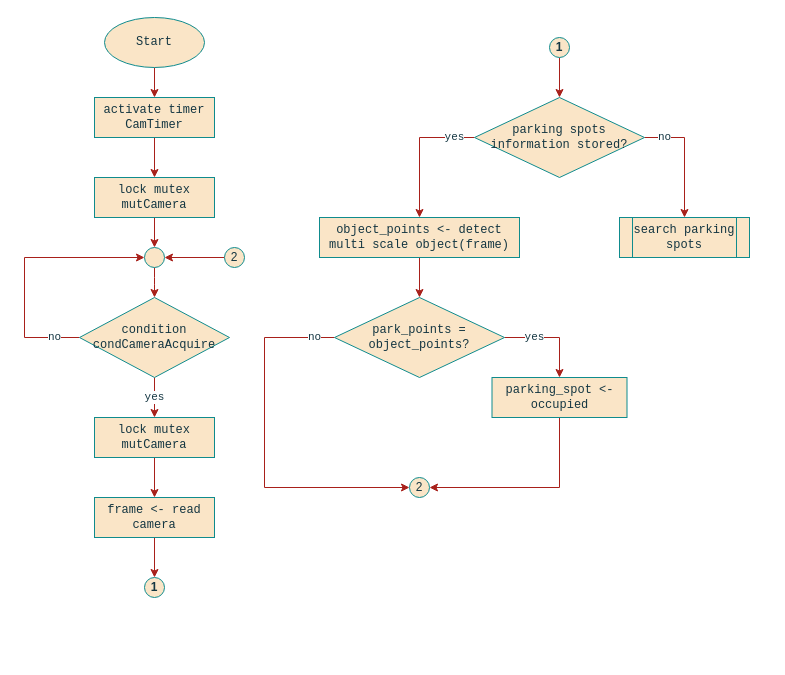
Earlier version of the draw.io diagram page "tCamera" (1 of 2) of project/report/flowcharts/Threads.drawio (ESRGgroup9/slipad). Source tidied: cells renumbered, new cells numbered last; positions are measured from the earlier drawing's top-left corner, leaving out a move shared by most shapes. Both pictures are drawn from the tidied source at 100%, with x=0, y=0 at pixel (24, 17).
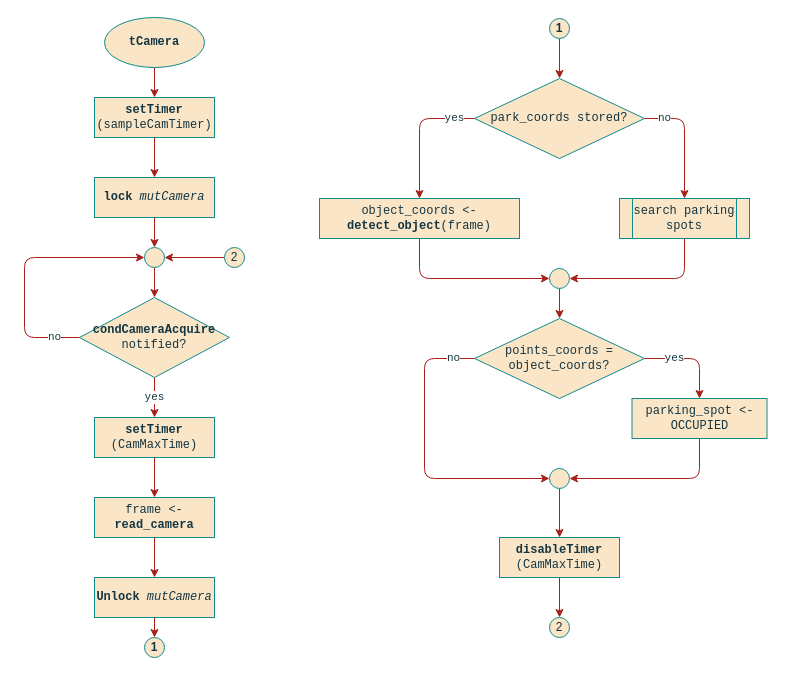
After the change.

Unchanged cells that the change refers to:
```xml
<mxCell id="9" style="ellipse;whiteSpace=wrap;html=1;rounded=0;sketch=0;fontColor=#143642;strokeColor=#0F8B8D;fillColor=#FAE5C7;" parent="1" vertex="1">
  <mxGeometry x="120" y="230" width="20" height="20" as="geometry" />
</mxCell>
```

Diff of the diagram source:
```diff
@@
-    <mxCell id="3" value="&lt;div&gt;Start&lt;/div&gt;" style="ellipse;whiteSpace=wrap;html=1;fontFamily=Courier New;fillColor=#FAE5C7;strokeColor=#0F8B8D;fontColor=#143642;" parent="1" vertex="1">
+    <mxCell id="3" value="&lt;b&gt;tCamera&lt;/b&gt;" style="ellipse;whiteSpace=wrap;html=1;fontFamily=Courier New;fillColor=#FAE5C7;strokeColor=#0F8B8D;fontColor=#143642;" parent="1" vertex="1">
       <mxGeometry x="80" width="100" height="50" as="geometry" />
     </mxCell>
@@
-    <mxCell id="5" value="&lt;div&gt;activate timer&lt;/div&gt;&lt;div&gt;CamTimer&lt;br&gt;&lt;/div&gt;" style="rounded=0;whiteSpace=wrap;html=1;sketch=0;fontColor=#143642;strokeColor=#0F8B8D;fillColor=#FAE5C7;fontFamily=Courier New;" parent="1" vertex="1">
+    <mxCell id="5" value="&lt;div&gt;&lt;b&gt;setTimer&lt;/b&gt; (sampleCamTimer)&lt;br&gt;&lt;/div&gt;" style="rounded=0;whiteSpace=wrap;html=1;sketch=0;fontColor=#143642;strokeColor=#0F8B8D;fillColor=#FAE5C7;fontFamily=Courier New;" parent="1" vertex="1">
       <mxGeometry x="70" y="80" width="120" height="40" as="geometry" />
     </mxCell>
@@
-    <mxCell id="7" value="&lt;div&gt;lock mutex&lt;/div&gt;&lt;div&gt;mutCamera&lt;br&gt;&lt;/div&gt;" style="rounded=0;whiteSpace=wrap;html=1;sketch=0;fontColor=#143642;strokeColor=#0F8B8D;fillColor=#FAE5C7;fontFamily=Courier New;" parent="1" vertex="1">
+    <mxCell id="7" value="&lt;div&gt;&lt;b&gt;lock&lt;/b&gt;&lt;i&gt; mutCamera&lt;/i&gt;&lt;br&gt;&lt;/div&gt;" style="rounded=0;whiteSpace=wrap;html=1;sketch=0;fontColor=#143642;strokeColor=#0F8B8D;fillColor=#FAE5C7;fontFamily=Courier New;" parent="1" vertex="1">
       <mxGeometry x="70" y="160" width="120" height="40" as="geometry" />
     </mxCell>
@@
-    <mxCell id="11" value="no" style="edgeStyle=orthogonalEdgeStyle;rounded=0;sketch=0;jettySize=auto;html=1;entryX=0;entryY=0.5;entryDx=0;entryDy=0;fontFamily=Courier New;fontColor=#143642;strokeColor=#A8201A;fillColor=#FAE5C7;" parent="1" edge="1" source="12" target="9">
+    <mxCell id="11" value="no" style="edgeStyle=orthogonalEdgeStyle;rounded=1;sketch=0;jettySize=auto;html=1;entryX=0;entryY=0.5;entryDx=0;entryDy=0;fontFamily=Courier New;fontColor=#143642;strokeColor=#A8201A;fillColor=#FAE5C7;" parent="1" edge="1" source="12" target="9">
       <mxGeometry x="-0.8" relative="1" as="geometry">
         <Array as="points">
           <mxPoint y="320" />
           <mxPoint y="240" />
         </Array>
       </mxGeometry>
     </mxCell>
-    <mxCell id="12" value="condition condCameraAcquire" style="rhombus;whiteSpace=wrap;html=1;rounded=0;sketch=0;fontColor=#143642;strokeColor=#0F8B8D;fillColor=#FAE5C7;fontFamily=Courier New;" parent="1" vertex="1">
+    <mxCell id="12" value="&lt;div&gt;&lt;b&gt;condCameraAcquire&lt;/b&gt;&lt;/div&gt;&lt;div&gt;notified?&lt;br&gt;&lt;/div&gt;" style="rhombus;whiteSpace=wrap;html=1;rounded=0;sketch=0;fontColor=#143642;strokeColor=#0F8B8D;fillColor=#FAE5C7;fontFamily=Courier New;" parent="1" vertex="1">
       <mxGeometry x="55" y="280" width="150" height="80" as="geometry" />
     </mxCell>
@@
-    <mxCell id="14" value="&lt;div&gt;lock mutex&lt;/div&gt;&lt;div&gt;mutCamera&lt;br&gt;&lt;/div&gt;" style="rounded=0;whiteSpace=wrap;html=1;sketch=0;fontColor=#143642;strokeColor=#0F8B8D;fillColor=#FAE5C7;fontFamily=Courier New;" parent="1" vertex="1">
+    <mxCell id="14" value="&lt;div&gt;&lt;b&gt;setTimer&lt;/b&gt;&lt;br&gt;&lt;/div&gt;&lt;div&gt;(CamMaxTime)&lt;/div&gt;" style="rounded=0;whiteSpace=wrap;html=1;sketch=0;fontColor=#143642;strokeColor=#0F8B8D;fillColor=#FAE5C7;fontFamily=Courier New;" parent="1" vertex="1">
       <mxGeometry x="70" y="400" width="120" height="40" as="geometry" />
     </mxCell>
-    <mxCell id="15" style="edgeStyle=orthogonalEdgeStyle;rounded=0;sketch=0;jettySize=auto;html=1;entryX=0.5;entryY=0;entryDx=0;entryDy=0;fontFamily=Courier New;fontColor=#143642;strokeColor=#A8201A;fillColor=#FAE5C7;" parent="1" edge="1" source="16" target="17">
-      <mxGeometry relative="1" as="geometry" />
-    </mxCell>
+    <mxCell id="34" style="edgeStyle=orthogonalEdgeStyle;rounded=1;sketch=0;jettySize=auto;html=1;fontFamily=Courier New;fontColor=#143642;strokeColor=#A8201A;fillColor=#FAE5C7;" parent="1" edge="1" source="16" target="44">
+      <mxGeometry relative="1" as="geometry" />
+    </mxCell>
-    <mxCell id="16" value="frame &amp;lt;- read camera" style="rounded=0;whiteSpace=wrap;html=1;sketch=0;fontColor=#143642;strokeColor=#0F8B8D;fillColor=#FAE5C7;fontFamily=Courier New;" parent="1" vertex="1">
+    <mxCell id="16" value="frame &amp;lt;- &lt;b&gt;read_camera&lt;/b&gt;" style="rounded=0;whiteSpace=wrap;html=1;sketch=0;fontColor=#143642;strokeColor=#0F8B8D;fillColor=#FAE5C7;fontFamily=Courier New;" parent="1" vertex="1">
       <mxGeometry x="70" y="480" width="120" height="40" as="geometry" />
     </mxCell>
     <mxCell id="17" value="&lt;b&gt;1&lt;/b&gt;" style="ellipse;whiteSpace=wrap;html=1;rounded=0;sketch=0;fontColor=#143642;strokeColor=#0F8B8D;fillColor=#FAE5C7;" parent="1" vertex="1">
-      <mxGeometry x="120" y="560" width="20" height="20" as="geometry" />
+      <mxGeometry x="120" y="620" width="20" height="20" as="geometry" />
     </mxCell>
@@
     <mxCell id="19" value="&lt;b&gt;1&lt;/b&gt;" style="ellipse;whiteSpace=wrap;html=1;rounded=0;sketch=0;fontColor=#143642;strokeColor=#0F8B8D;fillColor=#FAE5C7;" parent="1" vertex="1">
-      <mxGeometry x="525" y="20" width="20" height="20" as="geometry" />
+      <mxGeometry x="525" y="1" width="20" height="20" as="geometry" />
     </mxCell>
+    <mxCell id="35" style="edgeStyle=orthogonalEdgeStyle;rounded=1;sketch=0;jettySize=auto;html=1;entryX=1;entryY=0.5;entryDx=0;entryDy=0;fontFamily=Courier New;fontColor=#143642;strokeColor=#A8201A;fillColor=#FAE5C7;" parent="1" edge="1" source="20" target="39">
+      <mxGeometry relative="1" as="geometry">
+        <Array as="points">
+          <mxPoint x="660" y="261" />
+        </Array>
+      </mxGeometry>
+    </mxCell>
     <mxCell id="20" value="&lt;div&gt;search parking spots&lt;br&gt;&lt;/div&gt;" style="shape=process;whiteSpace=wrap;html=1;backgroundOutline=1;rounded=0;sketch=0;fontFamily=Courier New;fontColor=#143642;strokeColor=#0F8B8D;fillColor=#FAE5C7;" parent="1" vertex="1">
-      <mxGeometry x="595" y="200" width="130" height="40" as="geometry" />
+      <mxGeometry x="595" y="181" width="130" height="40" as="geometry" />
     </mxCell>
-    <mxCell id="21" value="no" style="edgeStyle=orthogonalEdgeStyle;rounded=0;sketch=0;jettySize=auto;html=1;entryX=0.5;entryY=0;entryDx=0;entryDy=0;fontFamily=Courier New;fontColor=#143642;strokeColor=#A8201A;fillColor=#FAE5C7;" parent="1" edge="1" source="23" target="20">
+    <mxCell id="21" value="no" style="edgeStyle=orthogonalEdgeStyle;rounded=1;sketch=0;jettySize=auto;html=1;entryX=0.5;entryY=0;entryDx=0;entryDy=0;fontFamily=Courier New;fontColor=#143642;strokeColor=#A8201A;fillColor=#FAE5C7;" parent="1" edge="1" source="23" target="20">
       <mxGeometry x="-0.67" relative="1" as="geometry">
         <Array as="points">
-          <mxPoint x="660" y="120" />
+          <mxPoint x="660" y="101" />
         </Array>
       </mxGeometry>
     </mxCell>
-    <mxCell id="22" value="yes" style="edgeStyle=orthogonalEdgeStyle;rounded=0;sketch=0;jettySize=auto;html=1;fontFamily=Courier New;fontColor=#143642;strokeColor=#A8201A;fillColor=#FAE5C7;" parent="1" edge="1" source="23" target="25">
+    <mxCell id="22" value="yes" style="edgeStyle=orthogonalEdgeStyle;rounded=1;sketch=0;jettySize=auto;html=1;fontFamily=Courier New;fontColor=#143642;strokeColor=#A8201A;fillColor=#FAE5C7;" parent="1" edge="1" source="23" target="25">
       <mxGeometry x="-0.7" relative="1" as="geometry">
         <Array as="points">
-          <mxPoint x="395" y="120" />
+          <mxPoint x="395" y="101" />
         </Array>
       </mxGeometry>
     </mxCell>
-    <mxCell id="23" value="parking spots information stored?" style="rhombus;whiteSpace=wrap;html=1;rounded=0;sketch=0;fontColor=#143642;strokeColor=#0F8B8D;fillColor=#FAE5C7;fontFamily=Courier New;verticalAlign=middle;labelPosition=center;verticalLabelPosition=middle;align=center;" parent="1" vertex="1">
-      <mxGeometry x="450" y="80" width="170" height="80" as="geometry" />
+    <mxCell id="23" value="park_coords stored?" style="rhombus;whiteSpace=wrap;html=1;rounded=0;sketch=0;fontColor=#143642;strokeColor=#0F8B8D;fillColor=#FAE5C7;fontFamily=Courier New;verticalAlign=middle;labelPosition=center;verticalLabelPosition=middle;align=center;" parent="1" vertex="1">
+      <mxGeometry x="450" y="61" width="170" height="80" as="geometry" />
     </mxCell>
-    <mxCell id="24" style="edgeStyle=orthogonalEdgeStyle;rounded=0;sketch=0;jettySize=auto;html=1;fontFamily=Courier New;fontColor=#143642;strokeColor=#A8201A;fillColor=#FAE5C7;" parent="1" edge="1" source="25" target="28">
-      <mxGeometry relative="1" as="geometry" />
-    </mxCell>
+    <mxCell id="36" style="edgeStyle=orthogonalEdgeStyle;rounded=1;sketch=0;jettySize=auto;html=1;entryX=0;entryY=0.5;entryDx=0;entryDy=0;fontFamily=Courier New;fontColor=#143642;strokeColor=#A8201A;fillColor=#FAE5C7;" parent="1" edge="1" source="25" target="39">
+      <mxGeometry relative="1" as="geometry">
+        <Array as="points">
+          <mxPoint x="395" y="261" />
+        </Array>
+      </mxGeometry>
+    </mxCell>
-    <mxCell id="25" value="object_points &amp;lt;- detect multi scale object(frame)" style="rounded=0;whiteSpace=wrap;html=1;sketch=0;fontColor=#143642;strokeColor=#0F8B8D;fillColor=#FAE5C7;fontFamily=Courier New;" parent="1" vertex="1">
-      <mxGeometry x="295" y="200" width="200" height="40" as="geometry" />
+    <mxCell id="25" value="object_coords &amp;lt;- &lt;b&gt;detect_object&lt;/b&gt;(frame)" style="rounded=0;whiteSpace=wrap;html=1;sketch=0;fontColor=#143642;strokeColor=#0F8B8D;fillColor=#FAE5C7;fontFamily=Courier New;" parent="1" vertex="1">
+      <mxGeometry x="295" y="181" width="200" height="40" as="geometry" />
     </mxCell>
-    <mxCell id="26" value="yes" style="edgeStyle=orthogonalEdgeStyle;rounded=0;sketch=0;jettySize=auto;html=1;entryX=0.5;entryY=0;entryDx=0;entryDy=0;fontFamily=Courier New;fontColor=#143642;strokeColor=#A8201A;fillColor=#FAE5C7;" parent="1" edge="1" source="28" target="30">
+    <mxCell id="26" value="yes" style="edgeStyle=orthogonalEdgeStyle;rounded=1;sketch=0;jettySize=auto;html=1;entryX=0.5;entryY=0;entryDx=0;entryDy=0;fontFamily=Courier New;fontColor=#143642;strokeColor=#A8201A;fillColor=#FAE5C7;" parent="1" edge="1" source="28" target="30">
       <mxGeometry x="-0.37" relative="1" as="geometry">
         <Array as="points">
-          <mxPoint x="535" y="320" />
+          <mxPoint x="675" y="341" />
         </Array>
       </mxGeometry>
     </mxCell>
-    <mxCell id="27" value="no" style="edgeStyle=orthogonalEdgeStyle;rounded=0;sketch=0;jettySize=auto;html=1;exitX=0;exitY=0.5;exitDx=0;exitDy=0;entryX=0;entryY=0.5;entryDx=0;entryDy=0;fontFamily=Courier New;fontColor=#143642;strokeColor=#A8201A;fillColor=#FAE5C7;" parent="1" edge="1" source="28" target="31">
-      <mxGeometry x="-0.89" relative="1" as="geometry">
+    <mxCell id="27" value="no" style="edgeStyle=orthogonalEdgeStyle;rounded=1;sketch=0;jettySize=auto;html=1;entryX=0;entryY=0.5;entryDx=0;entryDy=0;fontFamily=Courier New;fontColor=#143642;strokeColor=#A8201A;fillColor=#FAE5C7;" parent="1" edge="1" source="28" target="31">
+      <mxGeometry x="-0.86" relative="1" as="geometry">
         <Array as="points">
-          <mxPoint x="240" y="320" />
-          <mxPoint x="240" y="470" />
+          <mxPoint x="400" y="341" />
+          <mxPoint x="400" y="461" />
         </Array>
       </mxGeometry>
     </mxCell>
-    <mxCell id="28" value="park_points = object_points?" style="rhombus;whiteSpace=wrap;html=1;rounded=0;sketch=0;fontColor=#143642;strokeColor=#0F8B8D;fillColor=#FAE5C7;fontFamily=Courier New;verticalAlign=middle;labelPosition=center;verticalLabelPosition=middle;align=center;" parent="1" vertex="1">
-      <mxGeometry x="310" y="280" width="170" height="80" as="geometry" />
+    <mxCell id="28" value="points_coords = object_coords?" style="rhombus;whiteSpace=wrap;html=1;rounded=0;sketch=0;fontColor=#143642;strokeColor=#0F8B8D;fillColor=#FAE5C7;fontFamily=Courier New;verticalAlign=middle;labelPosition=center;verticalLabelPosition=middle;align=center;" parent="1" vertex="1">
+      <mxGeometry x="450" y="301" width="170" height="80" as="geometry" />
     </mxCell>
-    <mxCell id="29" style="edgeStyle=orthogonalEdgeStyle;rounded=0;sketch=0;jettySize=auto;html=1;exitX=0.5;exitY=1;exitDx=0;exitDy=0;entryX=1;entryY=0.5;entryDx=0;entryDy=0;fontFamily=Courier New;fontColor=#143642;strokeColor=#A8201A;fillColor=#FAE5C7;" parent="1" edge="1" source="30" target="31">
+    <mxCell id="29" style="edgeStyle=orthogonalEdgeStyle;rounded=1;sketch=0;jettySize=auto;html=1;entryX=1;entryY=0.5;entryDx=0;entryDy=0;fontFamily=Courier New;fontColor=#143642;strokeColor=#A8201A;fillColor=#FAE5C7;" parent="1" edge="1" source="30" target="31">
       <mxGeometry relative="1" as="geometry">
         <Array as="points">
-          <mxPoint x="535" y="470" />
+          <mxPoint x="675" y="461" />
         </Array>
       </mxGeometry>
     </mxCell>
-    <mxCell id="30" value="parking_spot &amp;lt;- occupied" style="rounded=0;whiteSpace=wrap;html=1;sketch=0;fontColor=#143642;strokeColor=#0F8B8D;fillColor=#FAE5C7;fontFamily=Courier New;" parent="1" vertex="1">
-      <mxGeometry x="467.5" y="360" width="135" height="40" as="geometry" />
+    <mxCell id="30" value="parking_spot &amp;lt;- OCCUPIED" style="rounded=0;whiteSpace=wrap;html=1;sketch=0;fontColor=#143642;strokeColor=#0F8B8D;fillColor=#FAE5C7;fontFamily=Courier New;" parent="1" vertex="1">
+      <mxGeometry x="607.5" y="381" width="135" height="40" as="geometry" />
     </mxCell>
+    <mxCell id="37" style="edgeStyle=orthogonalEdgeStyle;rounded=1;sketch=0;jettySize=auto;html=1;entryX=0.5;entryY=0;entryDx=0;entryDy=0;fontFamily=Courier New;fontColor=#143642;strokeColor=#A8201A;fillColor=#FAE5C7;" parent="1" edge="1" source="31" target="41">
+      <mxGeometry relative="1" as="geometry" />
+    </mxCell>
-    <mxCell id="31" value="2" style="ellipse;whiteSpace=wrap;html=1;rounded=0;sketch=0;fontColor=#143642;strokeColor=#0F8B8D;fillColor=#FAE5C7;" parent="1" vertex="1">
-      <mxGeometry x="385" y="460" width="20" height="20" as="geometry" />
+    <mxCell id="31" style="ellipse;whiteSpace=wrap;html=1;rounded=0;sketch=0;fontColor=#143642;strokeColor=#0F8B8D;fillColor=#FAE5C7;" parent="1" vertex="1">
+      <mxGeometry x="525" y="451" width="20" height="20" as="geometry" />
     </mxCell>
@@
+    <mxCell id="38" style="edgeStyle=orthogonalEdgeStyle;rounded=1;sketch=0;jettySize=auto;html=1;exitX=0.5;exitY=1;exitDx=0;exitDy=0;entryX=0.5;entryY=0;entryDx=0;entryDy=0;fontFamily=Courier New;fontColor=#143642;strokeColor=#A8201A;fillColor=#FAE5C7;" parent="1" edge="1" source="39" target="28">
+      <mxGeometry relative="1" as="geometry" />
+    </mxCell>
+    <mxCell id="39" style="ellipse;whiteSpace=wrap;html=1;rounded=0;sketch=0;fontColor=#143642;strokeColor=#0F8B8D;fillColor=#FAE5C7;" parent="1" vertex="1">
+      <mxGeometry x="525" y="251" width="20" height="20" as="geometry" />
+    </mxCell>
+    <mxCell id="40" style="edgeStyle=orthogonalEdgeStyle;rounded=1;sketch=0;jettySize=auto;html=1;fontFamily=Courier New;fontColor=#143642;strokeColor=#A8201A;fillColor=#FAE5C7;" parent="1" edge="1" source="41" target="42">
+      <mxGeometry relative="1" as="geometry" />
+    </mxCell>
+    <mxCell id="41" value="&lt;b&gt;disableTimer &lt;/b&gt;(CamMaxTime)&lt;b&gt; &lt;/b&gt;" style="rounded=0;whiteSpace=wrap;html=1;sketch=0;fontColor=#143642;strokeColor=#0F8B8D;fillColor=#FAE5C7;fontFamily=Courier New;" parent="1" vertex="1">
+      <mxGeometry x="475" y="520" width="120" height="40" as="geometry" />
+    </mxCell>
+    <mxCell id="42" value="2" style="ellipse;whiteSpace=wrap;html=1;rounded=0;sketch=0;fontColor=#143642;strokeColor=#0F8B8D;fillColor=#FAE5C7;" parent="1" vertex="1">
+      <mxGeometry x="525" y="600" width="20" height="20" as="geometry" />
+    </mxCell>
+    <mxCell id="43" style="edgeStyle=orthogonalEdgeStyle;rounded=1;sketch=0;jettySize=auto;html=1;entryX=0.5;entryY=0;entryDx=0;entryDy=0;fontFamily=Courier New;fontColor=#143642;strokeColor=#A8201A;fillColor=#FAE5C7;" parent="1" edge="1" source="44" target="17">
+      <mxGeometry relative="1" as="geometry" />
+    </mxCell>
+    <mxCell id="44" value="&lt;b&gt;Unlock&lt;/b&gt; &lt;i&gt;mutCamera&lt;/i&gt;" style="rounded=0;whiteSpace=wrap;html=1;sketch=0;fontColor=#143642;strokeColor=#0F8B8D;fillColor=#FAE5C7;fontFamily=Courier New;" parent="1" vertex="1">
+      <mxGeometry x="70" y="560" width="120" height="40" as="geometry" />
+    </mxCell>
```
